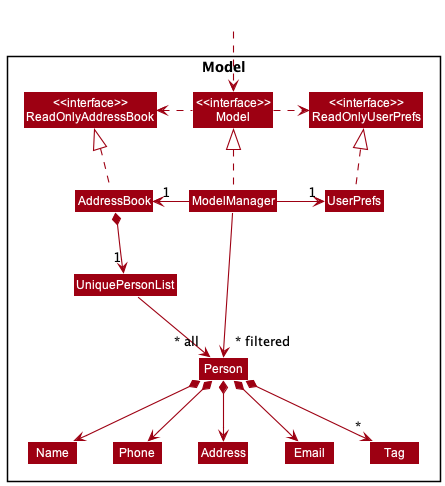
nus-cs2103-AY2223S1/tp keeps this PlantUML diagram as docs/images/ModelClassDiagram.png. Above is the earlier version.
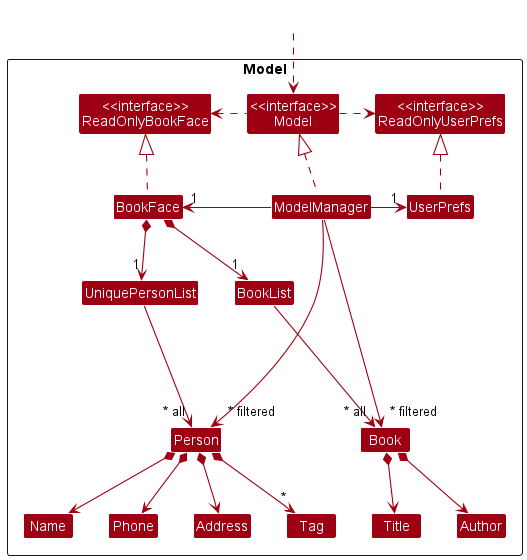
The same file after the commit.

Diff of the diagram source:
```diff
@@ -5,46 +5,51 @@
 skinparam classBackgroundColor MODEL_COLOR
 
 Package Model <<Rectangle>>{
-Class "<<interface>>\nReadOnlyAddressBook" as ReadOnlyAddressBook
+Class "<<interface>>\nReadOnlyBookFace" as ReadOnlyBookFace
 Class "<<interface>>\nReadOnlyUserPrefs" as ReadOnlyUserPrefs
 Class "<<interface>>\nModel" as Model
-Class AddressBook
+Class BookFace
 Class ModelManager
 Class UserPrefs
 
 Class UniquePersonList
 Class Person
 Class Address
-Class Email
 Class Name
 Class Phone
 Class Tag
+Class BookList
+Class Book
+Class Title
+Class Author
 
 }
 
 Class HiddenOutside #FFFFFF
 HiddenOutside ..> Model
 
-AddressBook .up.|> ReadOnlyAddressBook
+BookFace .up.|> ReadOnlyBookFace
 
 ModelManager .up.|> Model
 Model .right.> ReadOnlyUserPrefs
-Model .left.> ReadOnlyAddressBook
-ModelManager -left-> "1" AddressBook
+Model .left.> ReadOnlyBookFace
+ModelManager -left-> "1" BookFace
 ModelManager -right-> "1" UserPrefs
 UserPrefs .up.|> ReadOnlyUserPrefs
 
-AddressBook *--> "1" UniquePersonList
-UniquePersonList --> "~* all" Person
+BookFace *--> "1" UniquePersonList
+BookFace *--> "1" BookList
+UniquePersonList ---> "~* all" Person
+BookList ---> "~* all" Book
 Person *--> Name
 Person *--> Phone
-Person *--> Email
 Person *--> Address
 Person *--> "*" Tag
-
+Book *--> Title
+Book *--> Author
 Name -[hidden]right-> Phone
 Phone -[hidden]right-> Address
-Address -[hidden]right-> Email
 
-ModelManager -->"~* filtered" Person
+ModelManager --> "~* filtered" Person
+ModelManager --> "~* filtered" Book
 @enduml
```
